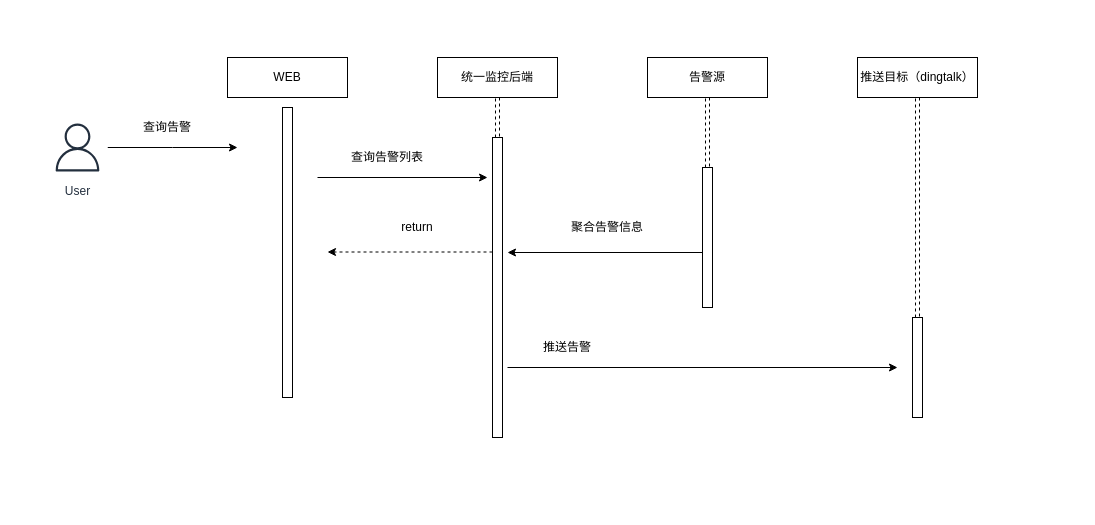
Earlier version of the draw.io diagram 统一监控时序图.drawio (tengxiao/zabbix-report). Source tidied: cells renumbered, new cells numbered last; positions are measured from the earlier drawing's top-left corner, leaving out a move shared by most shapes. Both pictures are drawn from the tidied source at 100%, with x=0, y=0 at pixel (47, 57).
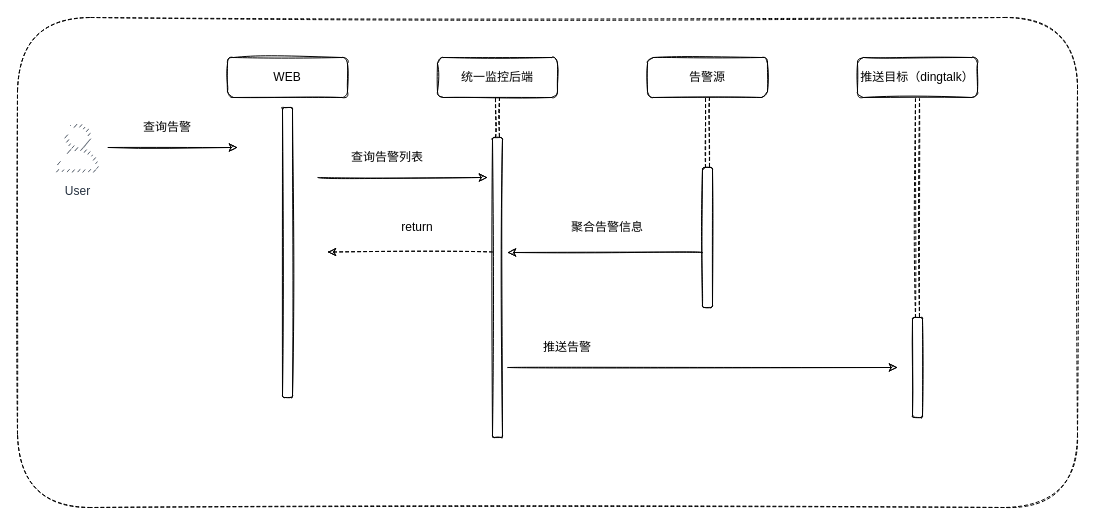
The same page after the edit.

Commit message (it also covers changes not shown here):
更新统一监控时序图.drawio

What changed in the source:
```diff
@@
+    <mxCell id="24" style="rounded=1;whiteSpace=wrap;html=1;sketch=1;dashed=1;" parent="1" vertex="1">
+      <mxGeometry x="-30" y="-40" width="1060" height="490" as="geometry" />
+    </mxCell>
-    <mxCell id="2" value="WEB" style="rounded=0;whiteSpace=wrap;html=1;" parent="1" vertex="1">
+    <mxCell id="2" value="WEB" style="whiteSpace=wrap;html=1;sketch=1;rounded=1;" parent="1" vertex="1">
       <mxGeometry x="180" width="120" height="40" as="geometry" />
     </mxCell>
-    <mxCell id="3" style="edgeStyle=orthogonalEdgeStyle;rounded=0;jettySize=auto;html=1;" parent="1" edge="1" source="4">
+    <mxCell id="3" style="edgeStyle=orthogonalEdgeStyle;jettySize=auto;html=1;sketch=1;curved=1;" parent="1" edge="1" source="4">
       <mxGeometry relative="1" as="geometry">
         <mxPoint x="190" y="90" as="targetPoint" />
       </mxGeometry>
     </mxCell>
-    <mxCell id="4" value="User" style="sketch=0;outlineConnect=0;fontColor=#232F3E;gradientColor=none;strokeColor=#232F3E;fillColor=#ffffff;dashed=0;verticalLabelPosition=bottom;verticalAlign=top;align=center;html=1;fontSize=12;fontStyle=0;shape=mxgraph.aws4.resourceIcon;resIcon=mxgraph.aws4.user;" parent="1" vertex="1">
+    <mxCell id="4" value="User" style="outlineConnect=0;fontColor=#232F3E;gradientColor=none;strokeColor=#232F3E;fillColor=#ffffff;dashed=0;verticalLabelPosition=bottom;verticalAlign=top;align=center;html=1;fontSize=12;fontStyle=0;shape=mxgraph.aws4.resourceIcon;resIcon=mxgraph.aws4.user;sketch=1;rounded=1;" parent="1" vertex="1">
       <mxGeometry y="60" width="60" height="60" as="geometry" />
     </mxCell>
-    <mxCell id="5" value="查询告警" style="text;html=1;strokeColor=none;fillColor=none;align=center;verticalAlign=middle;whiteSpace=wrap;rounded=0;" parent="1" vertex="1">
+    <mxCell id="5" value="查询告警" style="text;html=1;strokeColor=none;fillColor=none;align=center;verticalAlign=middle;whiteSpace=wrap;sketch=1;rounded=1;" parent="1" vertex="1">
       <mxGeometry x="90" y="60" width="60" height="20" as="geometry" />
     </mxCell>
-    <mxCell id="6" style="rounded=0;whiteSpace=wrap;html=1;" parent="1" vertex="1">
+    <mxCell id="6" style="whiteSpace=wrap;html=1;sketch=1;rounded=1;" parent="1" vertex="1">
       <mxGeometry x="235" y="50" width="10" height="290" as="geometry" />
     </mxCell>
-    <mxCell id="7" style="edgeStyle=orthogonalEdgeStyle;rounded=0;jettySize=auto;html=1;dashed=1;shape=link;" parent="1" edge="1" source="8" target="10">
+    <mxCell id="7" style="edgeStyle=orthogonalEdgeStyle;jettySize=auto;html=1;dashed=1;shape=link;sketch=1;curved=1;" parent="1" edge="1" source="8" target="10">
       <mxGeometry relative="1" as="geometry" />
     </mxCell>
-    <mxCell id="8" value="统一监控后端" style="rounded=0;whiteSpace=wrap;html=1;" parent="1" vertex="1">
+    <mxCell id="8" value="统一监控后端" style="whiteSpace=wrap;html=1;sketch=1;rounded=1;" parent="1" vertex="1">
       <mxGeometry x="390" width="120" height="40" as="geometry" />
     </mxCell>
-    <mxCell id="9" style="edgeStyle=orthogonalEdgeStyle;rounded=0;orthogonalLoop=1;jettySize=auto;html=1;" parent="1" edge="1">
+    <mxCell id="9" style="edgeStyle=orthogonalEdgeStyle;orthogonalLoop=1;jettySize=auto;html=1;sketch=1;curved=1;" parent="1" edge="1">
       <mxGeometry relative="1" as="geometry">
         <mxPoint x="270" y="120" as="sourcePoint" />
         <mxPoint x="440" y="120" as="targetPoint" />
       </mxGeometry>
     </mxCell>
-    <mxCell id="10" style="rounded=0;whiteSpace=wrap;html=1;" parent="1" vertex="1">
+    <mxCell id="10" style="whiteSpace=wrap;html=1;sketch=1;rounded=1;" parent="1" vertex="1">
       <mxGeometry x="445" y="80" width="10" height="300" as="geometry" />
     </mxCell>
-    <mxCell id="11" value="查询告警列表" style="text;html=1;strokeColor=none;fillColor=none;align=center;verticalAlign=middle;whiteSpace=wrap;rounded=0;" parent="1" vertex="1">
+    <mxCell id="11" value="查询告警列表" style="text;html=1;strokeColor=none;fillColor=none;align=center;verticalAlign=middle;whiteSpace=wrap;sketch=1;rounded=1;" parent="1" vertex="1">
       <mxGeometry x="300" y="90" width="80" height="20" as="geometry" />
     </mxCell>
-    <mxCell id="12" style="edgeStyle=orthogonalEdgeStyle;rounded=0;jettySize=auto;html=1;dashed=1;shape=link;" parent="1" edge="1" source="13" target="14">
+    <mxCell id="12" style="edgeStyle=orthogonalEdgeStyle;jettySize=auto;html=1;dashed=1;shape=link;sketch=1;curved=1;" parent="1" edge="1" source="13" target="14">
       <mxGeometry relative="1" as="geometry" />
     </mxCell>
-    <mxCell id="13" value="告警源" style="rounded=0;whiteSpace=wrap;html=1;" parent="1" vertex="1">
+    <mxCell id="13" value="告警源" style="whiteSpace=wrap;html=1;sketch=1;rounded=1;" parent="1" vertex="1">
       <mxGeometry x="600" width="120" height="40" as="geometry" />
     </mxCell>
-    <mxCell id="14" style="rounded=0;whiteSpace=wrap;html=1;" parent="1" vertex="1">
+    <mxCell id="14" style="whiteSpace=wrap;html=1;sketch=1;rounded=1;" parent="1" vertex="1">
       <mxGeometry x="655" y="110" width="10" height="140" as="geometry" />
     </mxCell>
-    <mxCell id="15" style="edgeStyle=orthogonalEdgeStyle;rounded=0;orthogonalLoop=1;jettySize=auto;html=1;" parent="1" edge="1">
+    <mxCell id="15" style="edgeStyle=orthogonalEdgeStyle;orthogonalLoop=1;jettySize=auto;html=1;sketch=1;curved=1;" parent="1" edge="1">
       <mxGeometry relative="1" as="geometry">
         <mxPoint x="655" y="195" as="sourcePoint" />
         <mxPoint x="460" y="195" as="targetPoint" />
       </mxGeometry>
     </mxCell>
-    <mxCell id="16" style="edgeStyle=orthogonalEdgeStyle;rounded=0;orthogonalLoop=1;jettySize=auto;html=1;dashed=1;" parent="1" edge="1">
+    <mxCell id="16" style="edgeStyle=orthogonalEdgeStyle;orthogonalLoop=1;jettySize=auto;html=1;dashed=1;sketch=1;curved=1;" parent="1" edge="1">
       <mxGeometry relative="1" as="geometry">
         <mxPoint x="445" y="194.5" as="sourcePoint" />
         <mxPoint x="280" y="194.5" as="targetPoint" />
       </mxGeometry>
     </mxCell>
-    <mxCell id="17" value="return" style="text;html=1;strokeColor=none;fillColor=none;align=center;verticalAlign=middle;whiteSpace=wrap;rounded=0;" parent="1" vertex="1">
+    <mxCell id="17" value="return" style="text;html=1;strokeColor=none;fillColor=none;align=center;verticalAlign=middle;whiteSpace=wrap;sketch=1;rounded=1;" parent="1" vertex="1">
       <mxGeometry x="320" y="160" width="100" height="20" as="geometry" />
     </mxCell>
-    <mxCell id="18" style="edgeStyle=orthogonalEdgeStyle;rounded=0;jettySize=auto;html=1;dashed=1;shape=link;" parent="1" edge="1" source="19" target="20">
+    <mxCell id="18" style="edgeStyle=orthogonalEdgeStyle;jettySize=auto;html=1;dashed=1;shape=link;sketch=1;curved=1;" parent="1" edge="1" source="19" target="20">
       <mxGeometry relative="1" as="geometry" />
     </mxCell>
-    <mxCell id="19" value="推送目标（dingtalk）" style="rounded=0;whiteSpace=wrap;html=1;" parent="1" vertex="1">
+    <mxCell id="19" value="推送目标（dingtalk）" style="whiteSpace=wrap;html=1;sketch=1;rounded=1;" parent="1" vertex="1">
       <mxGeometry x="810" width="120" height="40" as="geometry" />
     </mxCell>
-    <mxCell id="20" style="rounded=0;whiteSpace=wrap;html=1;" parent="1" vertex="1">
+    <mxCell id="20" style="whiteSpace=wrap;html=1;sketch=1;rounded=1;" parent="1" vertex="1">
       <mxGeometry x="865" y="260" width="10" height="100" as="geometry" />
     </mxCell>
-    <mxCell id="21" style="edgeStyle=orthogonalEdgeStyle;rounded=0;orthogonalLoop=1;jettySize=auto;html=1;" parent="1" edge="1">
+    <mxCell id="21" style="edgeStyle=orthogonalEdgeStyle;orthogonalLoop=1;jettySize=auto;html=1;sketch=1;curved=1;" parent="1" edge="1">
       <mxGeometry relative="1" as="geometry">
         <mxPoint x="460" y="310" as="sourcePoint" />
         <mxPoint x="850" y="310" as="targetPoint" />
       </mxGeometry>
     </mxCell>
-    <mxCell id="22" value="推送告警" style="text;html=1;strokeColor=none;fillColor=none;align=center;verticalAlign=middle;whiteSpace=wrap;rounded=0;" parent="1" vertex="1">
+    <mxCell id="22" value="推送告警" style="text;html=1;strokeColor=none;fillColor=none;align=center;verticalAlign=middle;whiteSpace=wrap;sketch=1;rounded=1;" parent="1" vertex="1">
       <mxGeometry x="480" y="280" width="80" height="20" as="geometry" />
     </mxCell>
-    <mxCell id="23" value="聚合告警信息" style="text;html=1;strokeColor=none;fillColor=none;align=center;verticalAlign=middle;whiteSpace=wrap;rounded=0;" parent="1" vertex="1">
+    <mxCell id="23" value="聚合告警信息" style="text;html=1;strokeColor=none;fillColor=none;align=center;verticalAlign=middle;whiteSpace=wrap;sketch=1;rounded=1;" parent="1" vertex="1">
       <mxGeometry x="510" y="160" width="100" height="20" as="geometry" />
     </mxCell>
```
